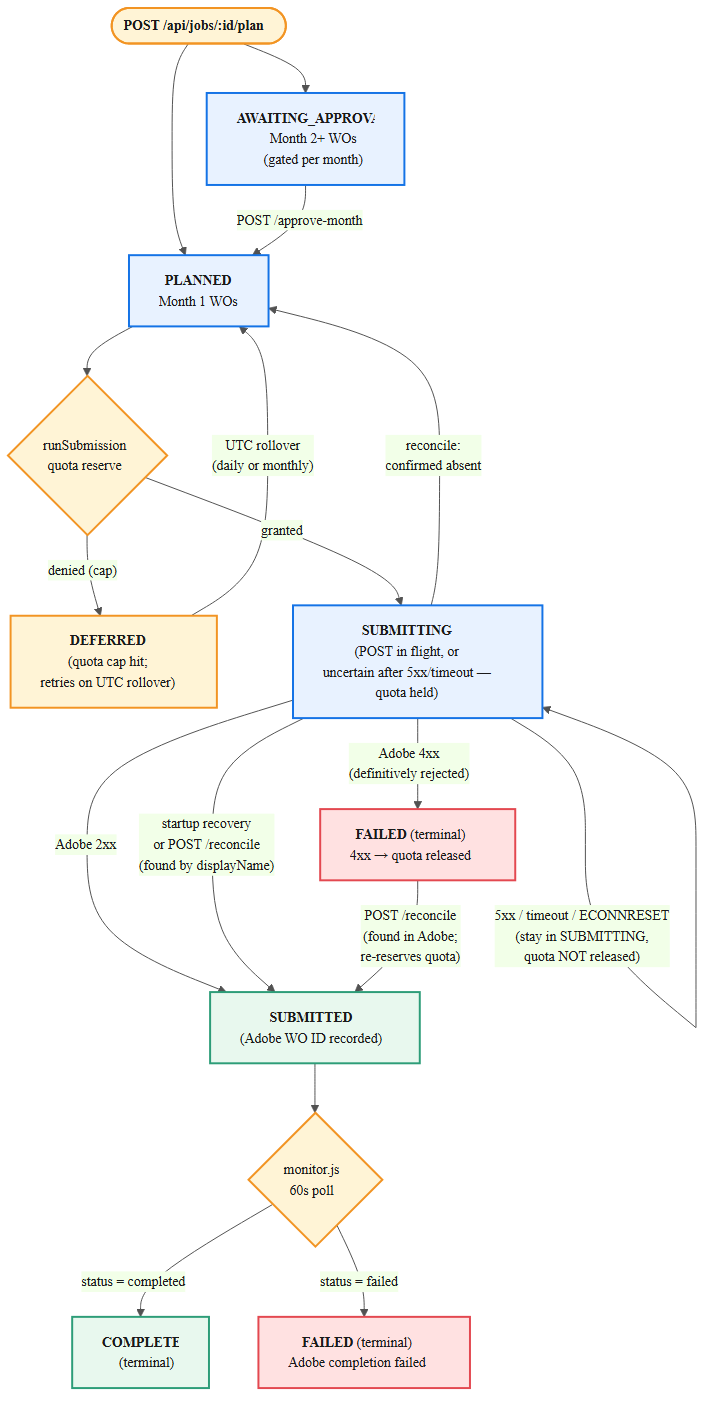
This is docs/diagrams/03-work-order-state-machine.png from tkantk/aep-lifecycle-helper, a Mermaid export, as it was before one commit. Its source is kept beside it as docs/diagrams/03-work-order-state-machine.mmd. The source it was exported from:
```mermaid
%%{init: {
  'theme':'base',
  'themeVariables': {
    'primaryColor':'#E8F2FF',
    'primaryTextColor':'#1A1A1A',
    'primaryBorderColor':'#1473E6',
    'lineColor':'#525252',
    'fontFamily':'Inter, Segoe UI, Helvetica, Arial, sans-serif',
    'fontSize':'14px'
  },
  'flowchart':{ 'curve':'basis' }
}}%%
flowchart TB
  Start(["<b>POST /api/jobs/:id/plan</b>"])

  P["<b>PLANNED</b><br/>Month 1 WOs"]
  AA["<b>AWAITING_APPROVAL</b><br/>Month 2+ WOs<br/>(gated per month)"]

  Reserve{"runSubmission<br/>quota reserve"}
  D["<b>DEFERRED</b><br/>(quota cap hit;<br/>retries on UTC rollover)"]

  SUBing["<b>SUBMITTING</b><br/>(POST in flight, or<br/>uncertain after 5xx/timeout —<br/>quota held)"]

  SUBed["<b>SUBMITTED</b><br/>(Adobe WO ID recorded)"]
  F["<b>FAILED</b> (terminal)<br/>4xx → quota released"]

  MonPoll{"monitor.js<br/>60s poll"}

  C["<b>COMPLETED</b><br/>(terminal)"]
  Ffinal["<b>FAILED</b> (terminal)<br/>Adobe completion failed"]

  Start --> P
  Start --> AA
  AA -->|"POST /approve-month"| P

  P --> Reserve
  Reserve -->|granted| SUBing
  Reserve -->|"denied (cap)"| D
  D -->|"UTC rollover<br/>(daily or monthly)"| P

  SUBing -->|"Adobe 2xx"| SUBed
  SUBing -->|"Adobe 4xx<br/>(definitively rejected)"| F
  SUBing -->|"5xx / timeout / ECONNRESET<br/>(stay in SUBMITTING,<br/>quota NOT released)"| SUBing

  SUBed --> MonPoll
  MonPoll -->|"status = completed"| C
  MonPoll -->|"status = failed"| Ffinal

  SUBing -->|"startup recovery<br/>or POST /reconcile<br/>(found by displayName)"| SUBed
  F -->|"POST /reconcile<br/>(found in Adobe;<br/>re-reserves quota)"| SUBed
  SUBing -->|"reconcile:<br/>confirmed absent"| P

  classDef start  fill:#FFF4D6,stroke:#F29423,stroke-width:2px,color:#1A1A1A
  classDef gate   fill:#FFF4D6,stroke:#F29423,stroke-width:2px,color:#1A1A1A
  classDef state  fill:#E8F2FF,stroke:#1473E6,stroke-width:2px,color:#1A1A1A
  classDef warn   fill:#FFF4D6,stroke:#F29423,stroke-width:2px,color:#1A1A1A
  classDef bad    fill:#FFE1E1,stroke:#E34850,stroke-width:2px,color:#1A1A1A
  classDef good   fill:#E8F8EE,stroke:#2D9D78,stroke-width:2px,color:#1A1A1A

  class Start start
  class P,AA,SUBing state
  class D warn
  class SUBed good
  class F,Ffinal bad
  class C good
  class Reserve,MonPoll gate
```
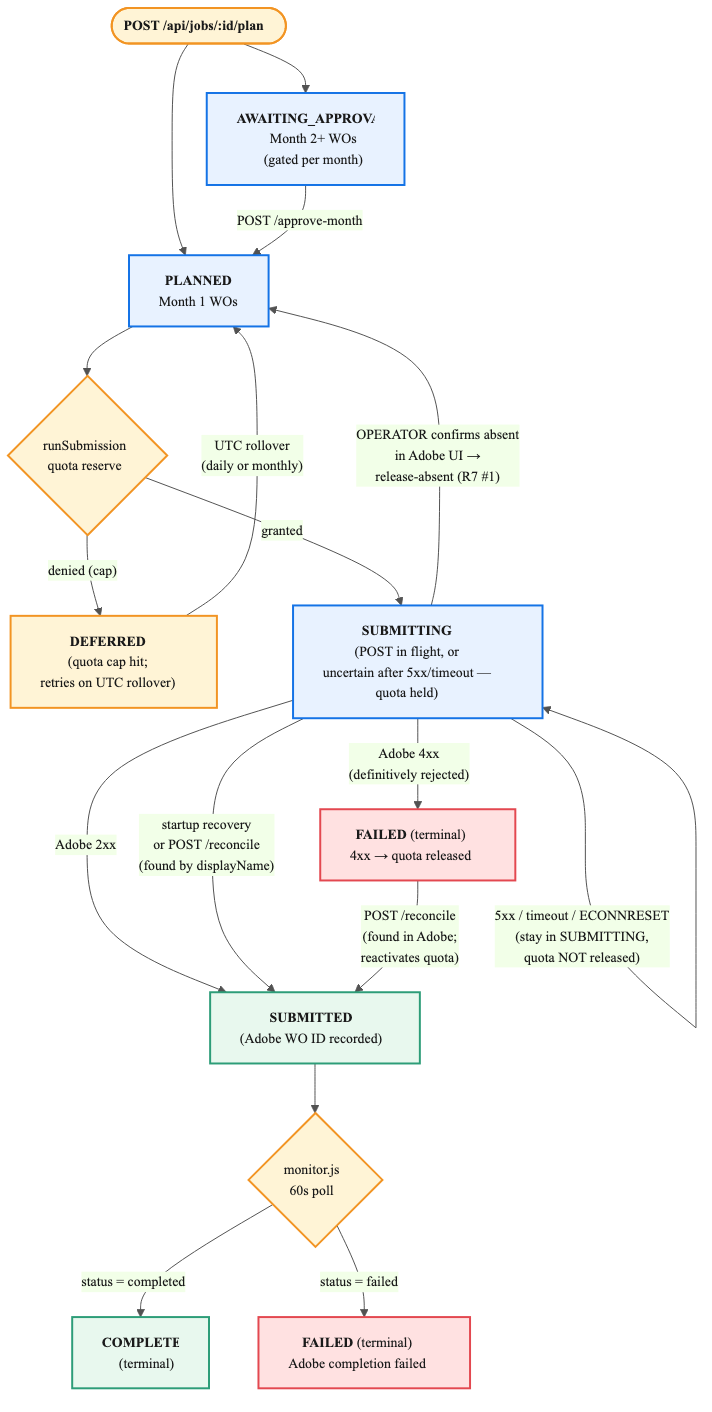
After the commit.

The edit, as a diff of the source:
```diff
@@ -47,8 +47,8 @@
   MonPoll -->|"status = failed"| Ffinal
 
   SUBing -->|"startup recovery<br/>or POST /reconcile<br/>(found by displayName)"| SUBed
-  F -->|"POST /reconcile<br/>(found in Adobe;<br/>re-reserves quota)"| SUBed
-  SUBing -->|"reconcile:<br/>confirmed absent"| P
+  F -->|"POST /reconcile<br/>(found in Adobe;<br/>reactivates quota)"| SUBed
+  SUBing -->|"OPERATOR confirms absent<br/>in Adobe UI →<br/>release-absent (R7 #1)"| P
 
   classDef start  fill:#FFF4D6,stroke:#F29423,stroke-width:2px,color:#1A1A1A
   classDef gate   fill:#FFF4D6,stroke:#F29423,stroke-width:2px,color:#1A1A1A
```
